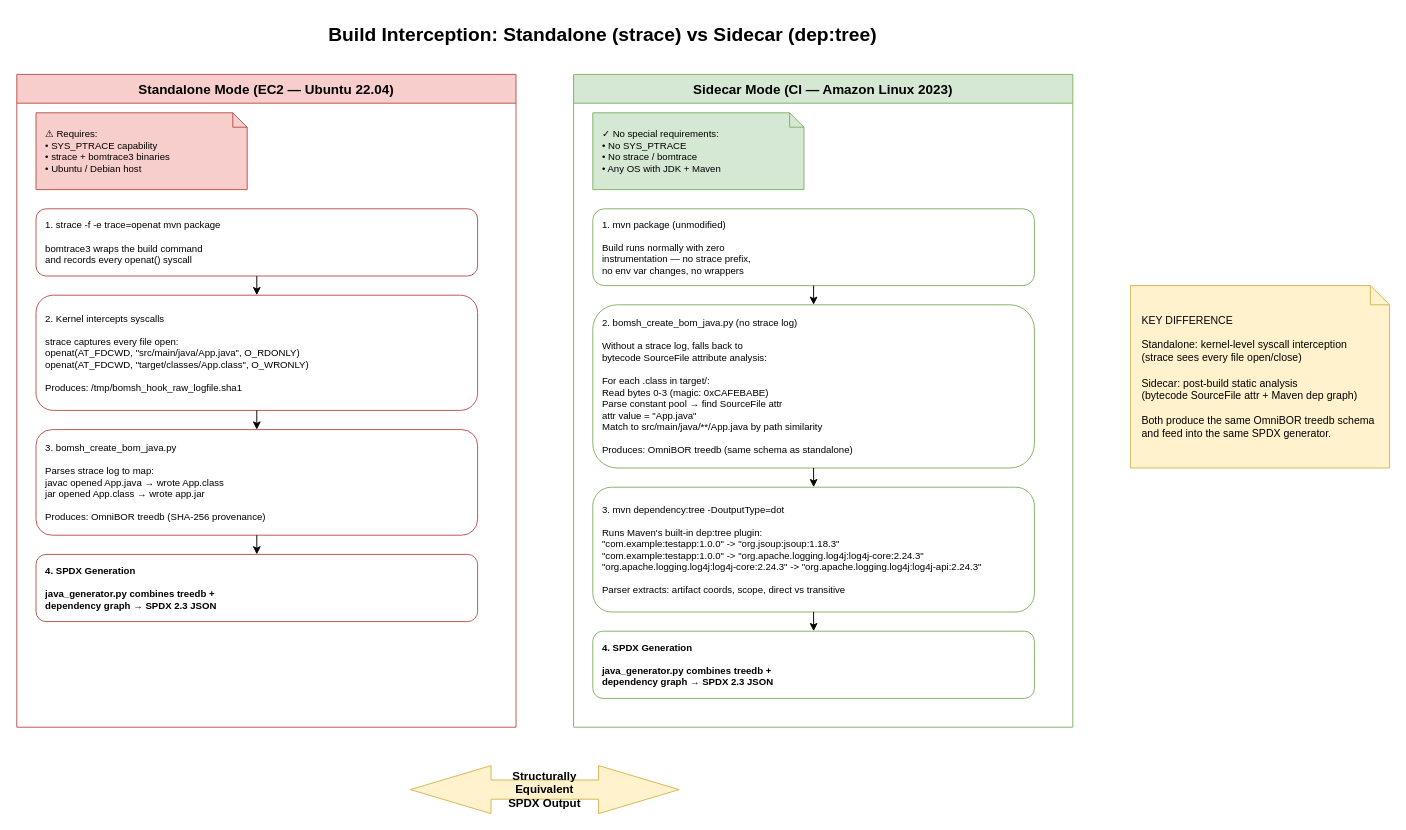
Before: docs/build-interception.drawio in tedg-dev/omnibor-java-testapp, a draw.io diagram. Source tidied: cells renumbered, new cells numbered last; positions are measured from the earlier drawing's top-left corner, leaving out a move shared by most shapes. Both pictures are drawn from the tidied source at 96%, with x=0, y=0 at pixel (16, 16).
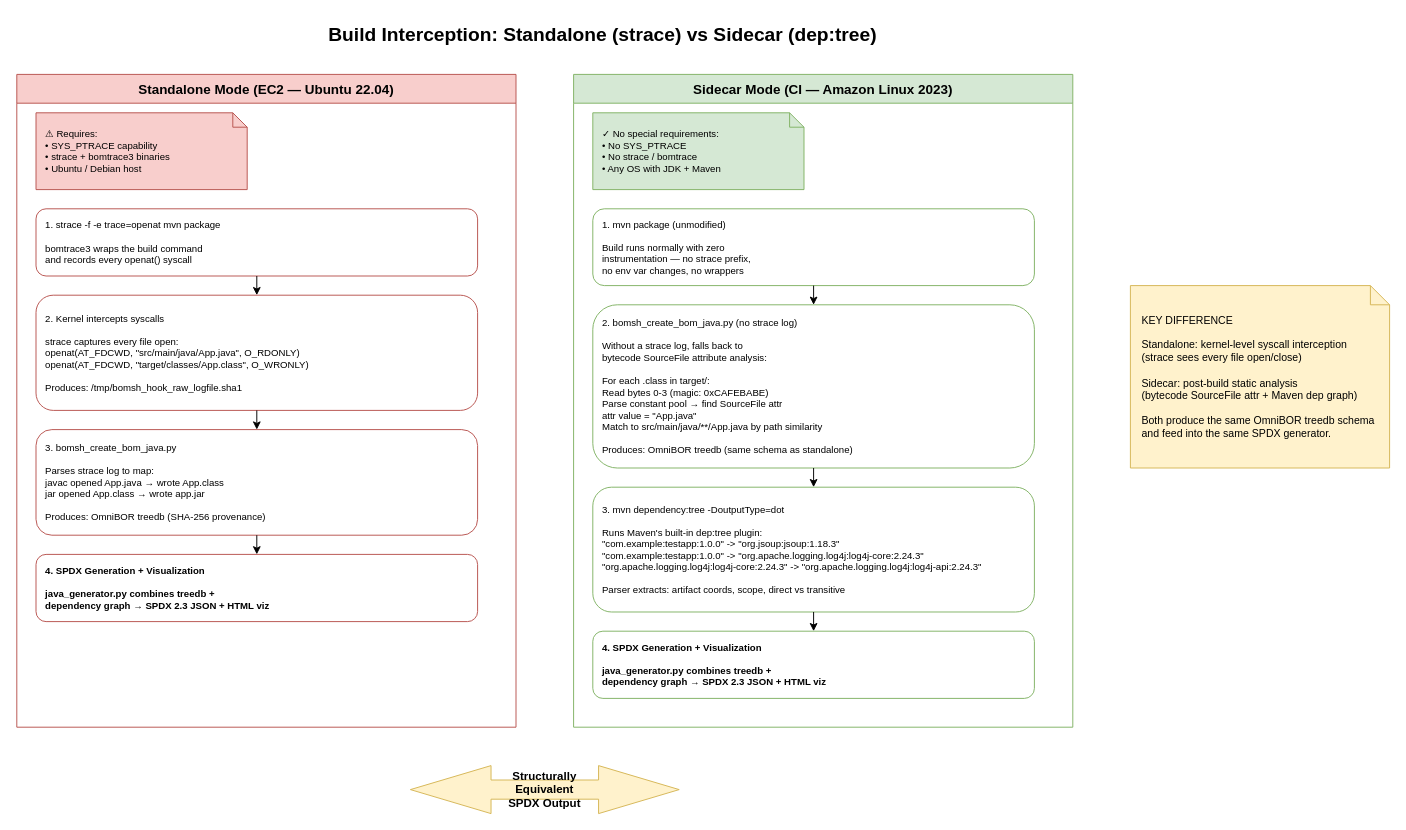
The same page after the edit.

Commit message (it also covers changes not shown here):
docs: add HTML viz to architecture and build-interception diagrams (#5)

Unchanged cells that the change refers to:
```xml
<mxCell id="3" value="Standalone Mode (EC2 — Ubuntu 22.04)" style="swimlane;startSize=30;fillColor=#f8cecc;strokeColor=#b85450;fontSize=14;fontStyle=1;" parent="1" vertex="1">
  <mxGeometry y="60" width="520" height="680" as="geometry" />
</mxCell>
<mxCell id="12" value="Sidecar Mode (CI — Amazon Linux 2023)" style="swimlane;startSize=30;fillColor=#d5e8d4;strokeColor=#82b366;fontSize=14;fontStyle=1;" parent="1" vertex="1">
  <mxGeometry x="580" y="60" width="520" height="680" as="geometry" />
</mxCell>
```

Diff of the diagram source:
```diff
@@
-    <mxCell id="8" value="4. SPDX Generation&#10;&#10;java_generator.py combines treedb +&#10;dependency graph → SPDX 2.3 JSON" style="rounded=1;whiteSpace=wrap;html=1;fillColor=#fff;strokeColor=#b85450;fontSize=10;align=left;spacingLeft=8;fontStyle=1;" parent="3" vertex="1">
+    <mxCell id="8" value="4. SPDX Generation + Visualization&#10;&#10;java_generator.py combines treedb +&#10;dependency graph → SPDX 2.3 JSON + HTML viz" style="rounded=1;whiteSpace=wrap;html=1;fillColor=#fff;strokeColor=#b85450;fontSize=10;align=left;spacingLeft=8;fontStyle=1;" parent="3" vertex="1">
       <mxGeometry x="20" y="500" width="460" height="70" as="geometry" />
     </mxCell>
@@
-    <mxCell id="17" value="4. SPDX Generation&#10;&#10;java_generator.py combines treedb +&#10;dependency graph → SPDX 2.3 JSON" style="rounded=1;whiteSpace=wrap;html=1;fillColor=#fff;strokeColor=#82b366;fontSize=10;align=left;spacingLeft=8;fontStyle=1;" parent="12" vertex="1">
+    <mxCell id="17" value="4. SPDX Generation + Visualization&#10;&#10;java_generator.py combines treedb +&#10;dependency graph → SPDX 2.3 JSON + HTML viz" style="rounded=1;whiteSpace=wrap;html=1;fillColor=#fff;strokeColor=#82b366;fontSize=10;align=left;spacingLeft=8;fontStyle=1;" parent="12" vertex="1">
       <mxGeometry x="20" y="580" width="460" height="70" as="geometry" />
     </mxCell>
```
